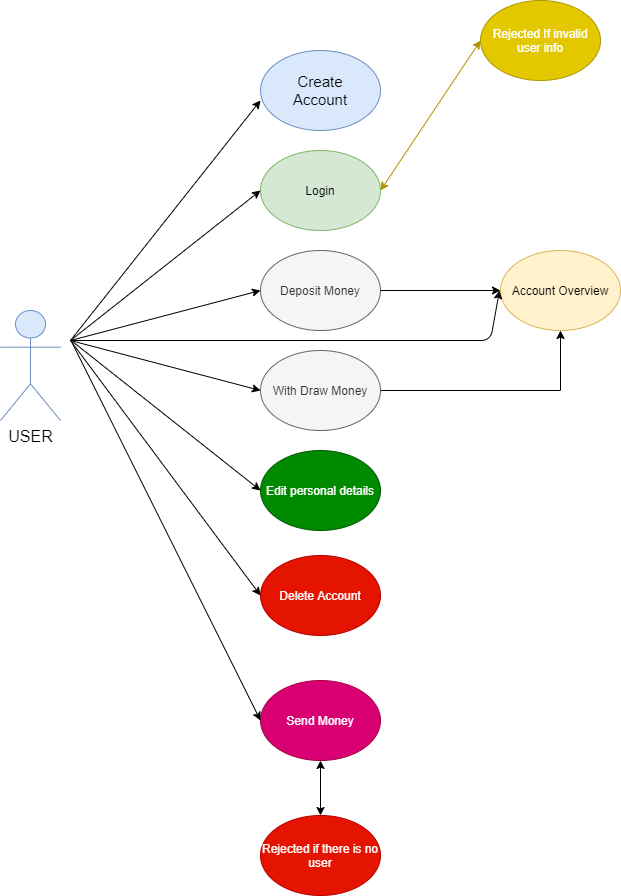
This is assests/User_Diagram.png from abuz33/Banking_System_Python_With_GUI, a draw.io export, as it was before one commit. Source tidied: cells renumbered, new cells last; positions are measured from the earlier drawing's top-left corner, leaving out a move shared by most shapes. Source of this version:
```xml
<mxGraphModel>
  <root>
    <mxCell id="0" />
    <mxCell id="1" parent="0" />
    <mxCell id="2" style="ellipse;whiteSpace=wrap;html=1;fillColor=#dae8fc;strokeColor=#6c8ebf;" parent="1" vertex="1">
      <mxGeometry x="260" y="50" width="120" height="80" as="geometry" />
    </mxCell>
    <mxCell id="3" value="Rejected if there is no user" style="ellipse;whiteSpace=wrap;html=1;fillColor=#e51400;strokeColor=#B20000;fontColor=#ffffff;" parent="1" vertex="1">
      <mxGeometry x="260" y="815" width="120" height="80" as="geometry" />
    </mxCell>
    <mxCell id="4" value="Send Money" style="ellipse;whiteSpace=wrap;html=1;fillColor=#d80073;strokeColor=#A50040;fontColor=#ffffff;" parent="1" vertex="1">
      <mxGeometry x="260" y="680" width="120" height="80" as="geometry" />
    </mxCell>
    <mxCell id="5" value="Edit personal details" style="ellipse;whiteSpace=wrap;html=1;fillColor=#008a00;strokeColor=#005700;fontColor=#ffffff;" parent="1" vertex="1">
      <mxGeometry x="260" y="450" width="120" height="80" as="geometry" />
    </mxCell>
    <mxCell id="6" style="edgeStyle=orthogonalEdgeStyle;rounded=0;jettySize=auto;html=1;exitX=1;exitY=0.5;exitDx=0;exitDy=0;entryX=0.5;entryY=1;entryDx=0;entryDy=0;" parent="1" edge="1" source="7" target="18">
      <mxGeometry relative="1" as="geometry" />
    </mxCell>
    <mxCell id="7" value="With Draw Money" style="ellipse;whiteSpace=wrap;html=1;fillColor=#f5f5f5;strokeColor=#666666;fontColor=#333333;" parent="1" vertex="1">
      <mxGeometry x="260" y="350" width="120" height="80" as="geometry" />
    </mxCell>
    <mxCell id="8" value="Deposit Money" style="ellipse;whiteSpace=wrap;html=1;fillColor=#f5f5f5;strokeColor=#666666;fontColor=#333333;" parent="1" vertex="1">
      <mxGeometry x="260" y="250" width="120" height="80" as="geometry" />
    </mxCell>
    <mxCell id="9" value="Login" style="ellipse;whiteSpace=wrap;html=1;fillColor=#d5e8d4;strokeColor=#82b366;" parent="1" vertex="1">
      <mxGeometry x="260" y="150" width="120" height="80" as="geometry" />
    </mxCell>
    <mxCell id="10" value="&lt;font style=&quot;font-size: 16px&quot;&gt;USER&lt;/font&gt;" style="shape=umlActor;verticalLabelPosition=bottom;verticalAlign=top;html=1;fillColor=#dae8fc;strokeColor=#6c8ebf;" parent="1" vertex="1">
      <mxGeometry y="310" width="60" height="110" as="geometry" />
    </mxCell>
    <mxCell id="11" value="&lt;font style=&quot;font-size: 15px&quot;&gt;Create Account&lt;/font&gt;" style="text;html=1;strokeColor=none;fillColor=none;align=center;verticalAlign=middle;whiteSpace=wrap;rounded=0;" parent="1" vertex="1">
      <mxGeometry x="270" y="70" width="100" height="40" as="geometry" />
    </mxCell>
    <mxCell id="12" style="endArrow=classic;html=1;entryX=0;entryY=0.625;entryDx=0;entryDy=0;entryPerimeter=0;" parent="1" edge="1" target="2">
      <mxGeometry relative="1" as="geometry">
        <mxPoint x="70" y="340" as="sourcePoint" />
      </mxGeometry>
    </mxCell>
    <mxCell id="13" style="endArrow=classic;html=1;entryX=0;entryY=0.5;entryDx=0;entryDy=0;" parent="1" edge="1" target="9">
      <mxGeometry relative="1" as="geometry">
        <mxPoint x="70" y="340" as="sourcePoint" />
      </mxGeometry>
    </mxCell>
    <mxCell id="14" style="endArrow=classic;html=1;entryX=0;entryY=0.5;entryDx=0;entryDy=0;" parent="1" edge="1" target="7">
      <mxGeometry relative="1" as="geometry">
        <mxPoint x="70" y="340" as="sourcePoint" />
      </mxGeometry>
    </mxCell>
    <mxCell id="15" style="endArrow=classic;html=1;entryX=0;entryY=0.5;entryDx=0;entryDy=0;" parent="1" edge="1" target="5">
      <mxGeometry relative="1" as="geometry">
        <mxPoint x="72" y="341" as="sourcePoint" />
      </mxGeometry>
    </mxCell>
    <mxCell id="16" style="endArrow=classic;html=1;entryX=0;entryY=0.5;entryDx=0;entryDy=0;" parent="1" edge="1" target="4">
      <mxGeometry relative="1" as="geometry">
        <mxPoint x="71" y="341" as="sourcePoint" />
      </mxGeometry>
    </mxCell>
    <mxCell id="17" style="endArrow=classic;html=1;entryX=0;entryY=0.5;entryDx=0;entryDy=0;" parent="1" edge="1" target="8">
      <mxGeometry relative="1" as="geometry">
        <mxPoint x="70" y="340" as="sourcePoint" />
      </mxGeometry>
    </mxCell>
    <mxCell id="18" value="Account Overview" style="ellipse;whiteSpace=wrap;html=1;fillColor=#fff2cc;strokeColor=#d6b656;" parent="1" vertex="1">
      <mxGeometry x="500" y="250" width="120" height="80" as="geometry" />
    </mxCell>
    <mxCell id="19" style="endArrow=classic;html=1;exitX=1;exitY=0.5;exitDx=0;exitDy=0;" parent="1" edge="1" source="8" target="18">
      <mxGeometry relative="1" as="geometry" />
    </mxCell>
    <mxCell id="20" style="endArrow=classic;html=1;" parent="1" edge="1">
      <mxGeometry relative="1" as="geometry">
        <mxPoint x="70" y="340" as="sourcePoint" />
        <mxPoint x="499" y="290" as="targetPoint" />
        <Array as="points">
          <mxPoint x="490" y="340" />
        </Array>
      </mxGeometry>
    </mxCell>
    <mxCell id="21" style="endArrow=classic;startArrow=classic;html=1;exitX=0.5;exitY=0;exitDx=0;exitDy=0;entryX=0.5;entryY=1;entryDx=0;entryDy=0;" parent="1" edge="1" source="3" target="4">
      <mxGeometry relative="1" as="geometry" />
    </mxCell>
    <mxCell id="22" value="Delete Account" style="ellipse;whiteSpace=wrap;html=1;fillColor=#e51400;strokeColor=#B20000;fontColor=#ffffff;" parent="1" vertex="1">
      <mxGeometry x="260" y="555" width="120" height="80" as="geometry" />
    </mxCell>
    <mxCell id="23" style="endArrow=classic;html=1;entryX=0;entryY=0.5;entryDx=0;entryDy=0;" parent="1" edge="1" target="22">
      <mxGeometry relative="1" as="geometry">
        <mxPoint x="70" y="340" as="sourcePoint" />
      </mxGeometry>
    </mxCell>
    <mxCell id="24" value="Rejected If invalid user info" style="ellipse;whiteSpace=wrap;html=1;fillColor=#e3c800;strokeColor=#B09500;fontColor=#ffffff;" parent="1" vertex="1">
      <mxGeometry x="480" width="120" height="80" as="geometry" />
    </mxCell>
    <mxCell id="25" style="endArrow=classic;startArrow=classic;html=1;entryX=0;entryY=0.5;entryDx=0;entryDy=0;exitX=1;exitY=0.5;exitDx=0;exitDy=0;fillColor=#e3c800;strokeColor=#B09500;" parent="1" edge="1" source="9" target="24">
      <mxGeometry relative="1" as="geometry" />
    </mxCell>
  </root>
</mxGraphModel>
```
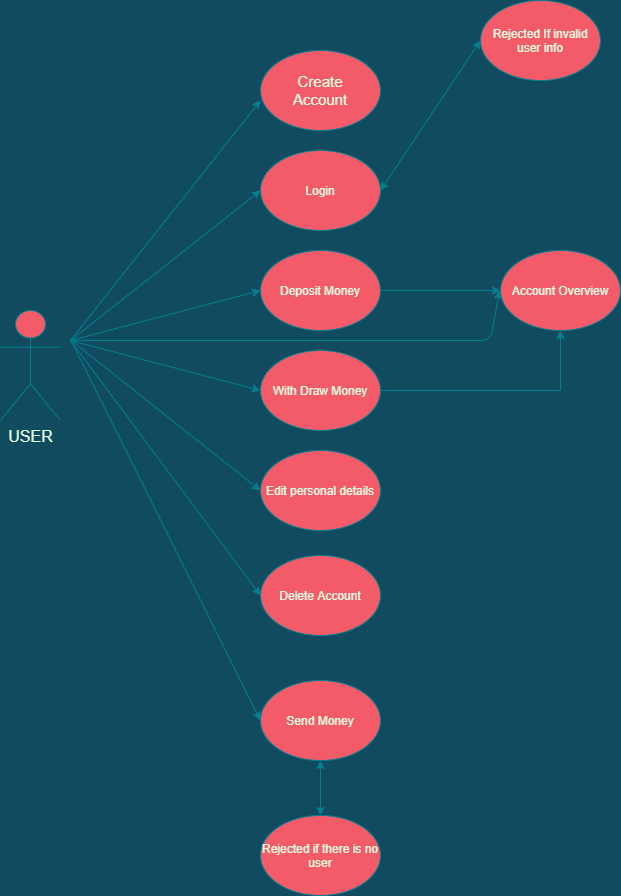
After the commit.

The edit, as a diff of the source:
```diff
@@ -1,74 +1,74 @@
-<mxGraphModel>
+<mxGraphModel background="#114B5F">
   <root>
     <mxCell id="0" />
     <mxCell id="1" parent="0" />
-    <mxCell id="2" style="ellipse;whiteSpace=wrap;html=1;fillColor=#dae8fc;strokeColor=#6c8ebf;" parent="1" vertex="1">
+    <mxCell id="2" style="ellipse;whiteSpace=wrap;html=1;fillColor=#F45B69;strokeColor=#028090;fontColor=#E4FDE1;" parent="1" vertex="1">
       <mxGeometry x="260" y="50" width="120" height="80" as="geometry" />
     </mxCell>
-    <mxCell id="3" value="Rejected if there is no user" style="ellipse;whiteSpace=wrap;html=1;fillColor=#e51400;strokeColor=#B20000;fontColor=#ffffff;" parent="1" vertex="1">
+    <mxCell id="3" value="Rejected if there is no user" style="ellipse;whiteSpace=wrap;html=1;fillColor=#F45B69;strokeColor=#028090;fontColor=#E4FDE1;" parent="1" vertex="1">
       <mxGeometry x="260" y="815" width="120" height="80" as="geometry" />
     </mxCell>
-    <mxCell id="4" value="Send Money" style="ellipse;whiteSpace=wrap;html=1;fillColor=#d80073;strokeColor=#A50040;fontColor=#ffffff;" parent="1" vertex="1">
+    <mxCell id="4" value="Send Money" style="ellipse;whiteSpace=wrap;html=1;fillColor=#F45B69;strokeColor=#028090;fontColor=#E4FDE1;" parent="1" vertex="1">
       <mxGeometry x="260" y="680" width="120" height="80" as="geometry" />
     </mxCell>
-    <mxCell id="5" value="Edit personal details" style="ellipse;whiteSpace=wrap;html=1;fillColor=#008a00;strokeColor=#005700;fontColor=#ffffff;" parent="1" vertex="1">
+    <mxCell id="5" value="Edit personal details" style="ellipse;whiteSpace=wrap;html=1;fillColor=#F45B69;strokeColor=#028090;fontColor=#E4FDE1;" parent="1" vertex="1">
       <mxGeometry x="260" y="450" width="120" height="80" as="geometry" />
     </mxCell>
-    <mxCell id="6" style="edgeStyle=orthogonalEdgeStyle;rounded=0;jettySize=auto;html=1;exitX=1;exitY=0.5;exitDx=0;exitDy=0;entryX=0.5;entryY=1;entryDx=0;entryDy=0;" parent="1" edge="1" source="7" target="18">
+    <mxCell id="6" style="edgeStyle=orthogonalEdgeStyle;rounded=0;jettySize=auto;html=1;exitX=1;exitY=0.5;exitDx=0;exitDy=0;entryX=0.5;entryY=1;entryDx=0;entryDy=0;labelBackgroundColor=#114B5F;strokeColor=#028090;fontColor=#E4FDE1;" parent="1" edge="1" source="7" target="18">
       <mxGeometry relative="1" as="geometry" />
     </mxCell>
-    <mxCell id="7" value="With Draw Money" style="ellipse;whiteSpace=wrap;html=1;fillColor=#f5f5f5;strokeColor=#666666;fontColor=#333333;" parent="1" vertex="1">
+    <mxCell id="7" value="With Draw Money" style="ellipse;whiteSpace=wrap;html=1;fillColor=#F45B69;strokeColor=#028090;fontColor=#E4FDE1;" parent="1" vertex="1">
       <mxGeometry x="260" y="350" width="120" height="80" as="geometry" />
     </mxCell>
-    <mxCell id="8" value="Deposit Money" style="ellipse;whiteSpace=wrap;html=1;fillColor=#f5f5f5;strokeColor=#666666;fontColor=#333333;" parent="1" vertex="1">
+    <mxCell id="8" value="Deposit Money" style="ellipse;whiteSpace=wrap;html=1;fillColor=#F45B69;strokeColor=#028090;fontColor=#E4FDE1;" parent="1" vertex="1">
       <mxGeometry x="260" y="250" width="120" height="80" as="geometry" />
     </mxCell>
-    <mxCell id="9" value="Login" style="ellipse;whiteSpace=wrap;html=1;fillColor=#d5e8d4;strokeColor=#82b366;" parent="1" vertex="1">
+    <mxCell id="9" value="Login" style="ellipse;whiteSpace=wrap;html=1;fillColor=#F45B69;strokeColor=#028090;fontColor=#E4FDE1;" parent="1" vertex="1">
       <mxGeometry x="260" y="150" width="120" height="80" as="geometry" />
     </mxCell>
-    <mxCell id="10" value="&lt;font style=&quot;font-size: 16px&quot;&gt;USER&lt;/font&gt;" style="shape=umlActor;verticalLabelPosition=bottom;verticalAlign=top;html=1;fillColor=#dae8fc;strokeColor=#6c8ebf;" parent="1" vertex="1">
+    <mxCell id="10" value="&lt;font style=&quot;font-size: 16px&quot;&gt;USER&lt;/font&gt;" style="shape=umlActor;verticalLabelPosition=bottom;verticalAlign=top;html=1;fillColor=#F45B69;strokeColor=#028090;fontColor=#E4FDE1;" parent="1" vertex="1">
       <mxGeometry y="310" width="60" height="110" as="geometry" />
     </mxCell>
-    <mxCell id="11" value="&lt;font style=&quot;font-size: 15px&quot;&gt;Create Account&lt;/font&gt;" style="text;html=1;strokeColor=none;fillColor=none;align=center;verticalAlign=middle;whiteSpace=wrap;rounded=0;" parent="1" vertex="1">
+    <mxCell id="11" value="&lt;font style=&quot;font-size: 15px&quot;&gt;Create Account&lt;/font&gt;" style="text;html=1;strokeColor=none;fillColor=none;align=center;verticalAlign=middle;whiteSpace=wrap;rounded=0;fontColor=#E4FDE1;" parent="1" vertex="1">
       <mxGeometry x="270" y="70" width="100" height="40" as="geometry" />
     </mxCell>
-    <mxCell id="12" style="endArrow=classic;html=1;entryX=0;entryY=0.625;entryDx=0;entryDy=0;entryPerimeter=0;" parent="1" edge="1" target="2">
+    <mxCell id="12" style="endArrow=classic;html=1;entryX=0;entryY=0.625;entryDx=0;entryDy=0;entryPerimeter=0;labelBackgroundColor=#114B5F;strokeColor=#028090;fontColor=#E4FDE1;" parent="1" edge="1" target="2">
       <mxGeometry relative="1" as="geometry">
         <mxPoint x="70" y="340" as="sourcePoint" />
       </mxGeometry>
     </mxCell>
-    <mxCell id="13" style="endArrow=classic;html=1;entryX=0;entryY=0.5;entryDx=0;entryDy=0;" parent="1" edge="1" target="9">
+    <mxCell id="13" style="endArrow=classic;html=1;entryX=0;entryY=0.5;entryDx=0;entryDy=0;labelBackgroundColor=#114B5F;strokeColor=#028090;fontColor=#E4FDE1;" parent="1" edge="1" target="9">
       <mxGeometry relative="1" as="geometry">
         <mxPoint x="70" y="340" as="sourcePoint" />
       </mxGeometry>
     </mxCell>
-    <mxCell id="14" style="endArrow=classic;html=1;entryX=0;entryY=0.5;entryDx=0;entryDy=0;" parent="1" edge="1" target="7">
+    <mxCell id="14" style="endArrow=classic;html=1;entryX=0;entryY=0.5;entryDx=0;entryDy=0;labelBackgroundColor=#114B5F;strokeColor=#028090;fontColor=#E4FDE1;" parent="1" edge="1" target="7">
       <mxGeometry relative="1" as="geometry">
         <mxPoint x="70" y="340" as="sourcePoint" />
       </mxGeometry>
     </mxCell>
-    <mxCell id="15" style="endArrow=classic;html=1;entryX=0;entryY=0.5;entryDx=0;entryDy=0;" parent="1" edge="1" target="5">
+    <mxCell id="15" style="endArrow=classic;html=1;entryX=0;entryY=0.5;entryDx=0;entryDy=0;labelBackgroundColor=#114B5F;strokeColor=#028090;fontColor=#E4FDE1;" parent="1" edge="1" target="5">
       <mxGeometry relative="1" as="geometry">
         <mxPoint x="72" y="341" as="sourcePoint" />
       </mxGeometry>
     </mxCell>
-    <mxCell id="16" style="endArrow=classic;html=1;entryX=0;entryY=0.5;entryDx=0;entryDy=0;" parent="1" edge="1" target="4">
+    <mxCell id="16" style="endArrow=classic;html=1;entryX=0;entryY=0.5;entryDx=0;entryDy=0;labelBackgroundColor=#114B5F;strokeColor=#028090;fontColor=#E4FDE1;" parent="1" edge="1" target="4">
       <mxGeometry relative="1" as="geometry">
         <mxPoint x="71" y="341" as="sourcePoint" />
       </mxGeometry>
     </mxCell>
-    <mxCell id="17" style="endArrow=classic;html=1;entryX=0;entryY=0.5;entryDx=0;entryDy=0;" parent="1" edge="1" target="8">
+    <mxCell id="17" style="endArrow=classic;html=1;entryX=0;entryY=0.5;entryDx=0;entryDy=0;labelBackgroundColor=#114B5F;strokeColor=#028090;fontColor=#E4FDE1;" parent="1" edge="1" target="8">
       <mxGeometry relative="1" as="geometry">
         <mxPoint x="70" y="340" as="sourcePoint" />
       </mxGeometry>
     </mxCell>
-    <mxCell id="18" value="Account Overview" style="ellipse;whiteSpace=wrap;html=1;fillColor=#fff2cc;strokeColor=#d6b656;" parent="1" vertex="1">
+    <mxCell id="18" value="Account Overview" style="ellipse;whiteSpace=wrap;html=1;fillColor=#F45B69;strokeColor=#028090;fontColor=#E4FDE1;" parent="1" vertex="1">
       <mxGeometry x="500" y="250" width="120" height="80" as="geometry" />
     </mxCell>
-    <mxCell id="19" style="endArrow=classic;html=1;exitX=1;exitY=0.5;exitDx=0;exitDy=0;" parent="1" edge="1" source="8" target="18">
+    <mxCell id="19" style="endArrow=classic;html=1;exitX=1;exitY=0.5;exitDx=0;exitDy=0;labelBackgroundColor=#114B5F;strokeColor=#028090;fontColor=#E4FDE1;" parent="1" edge="1" source="8" target="18">
       <mxGeometry relative="1" as="geometry" />
     </mxCell>
-    <mxCell id="20" style="endArrow=classic;html=1;" parent="1" edge="1">
+    <mxCell id="20" style="endArrow=classic;html=1;labelBackgroundColor=#114B5F;strokeColor=#028090;fontColor=#E4FDE1;" parent="1" edge="1">
       <mxGeometry relative="1" as="geometry">
         <mxPoint x="70" y="340" as="sourcePoint" />
         <mxPoint x="499" y="290" as="targetPoint" />
@@ -77,21 +77,21 @@
         </Array>
       </mxGeometry>
     </mxCell>
-    <mxCell id="21" style="endArrow=classic;startArrow=classic;html=1;exitX=0.5;exitY=0;exitDx=0;exitDy=0;entryX=0.5;entryY=1;entryDx=0;entryDy=0;" parent="1" edge="1" source="3" target="4">
+    <mxCell id="21" style="endArrow=classic;startArrow=classic;html=1;exitX=0.5;exitY=0;exitDx=0;exitDy=0;entryX=0.5;entryY=1;entryDx=0;entryDy=0;labelBackgroundColor=#114B5F;strokeColor=#028090;fontColor=#E4FDE1;" parent="1" edge="1" source="3" target="4">
       <mxGeometry relative="1" as="geometry" />
     </mxCell>
-    <mxCell id="22" value="Delete Account" style="ellipse;whiteSpace=wrap;html=1;fillColor=#e51400;strokeColor=#B20000;fontColor=#ffffff;" parent="1" vertex="1">
+    <mxCell id="22" value="Delete Account" style="ellipse;whiteSpace=wrap;html=1;fillColor=#F45B69;strokeColor=#028090;fontColor=#E4FDE1;" parent="1" vertex="1">
       <mxGeometry x="260" y="555" width="120" height="80" as="geometry" />
     </mxCell>
-    <mxCell id="23" style="endArrow=classic;html=1;entryX=0;entryY=0.5;entryDx=0;entryDy=0;" parent="1" edge="1" target="22">
+    <mxCell id="23" style="endArrow=classic;html=1;entryX=0;entryY=0.5;entryDx=0;entryDy=0;labelBackgroundColor=#114B5F;strokeColor=#028090;fontColor=#E4FDE1;" parent="1" edge="1" target="22">
       <mxGeometry relative="1" as="geometry">
         <mxPoint x="70" y="340" as="sourcePoint" />
       </mxGeometry>
     </mxCell>
-    <mxCell id="24" value="Rejected If invalid user info" style="ellipse;whiteSpace=wrap;html=1;fillColor=#e3c800;strokeColor=#B09500;fontColor=#ffffff;" parent="1" vertex="1">
+    <mxCell id="24" value="Rejected If invalid user info" style="ellipse;whiteSpace=wrap;html=1;fillColor=#F45B69;strokeColor=#028090;fontColor=#E4FDE1;" parent="1" vertex="1">
       <mxGeometry x="480" width="120" height="80" as="geometry" />
     </mxCell>
-    <mxCell id="25" style="endArrow=classic;startArrow=classic;html=1;entryX=0;entryY=0.5;entryDx=0;entryDy=0;exitX=1;exitY=0.5;exitDx=0;exitDy=0;fillColor=#e3c800;strokeColor=#B09500;" parent="1" edge="1" source="9" target="24">
+    <mxCell id="25" style="endArrow=classic;startArrow=classic;html=1;entryX=0;entryY=0.5;entryDx=0;entryDy=0;exitX=1;exitY=0.5;exitDx=0;exitDy=0;fillColor=#F45B69;strokeColor=#028090;labelBackgroundColor=#114B5F;fontColor=#E4FDE1;" parent="1" edge="1" source="9" target="24">
       <mxGeometry relative="1" as="geometry" />
     </mxCell>
   </root>
```
